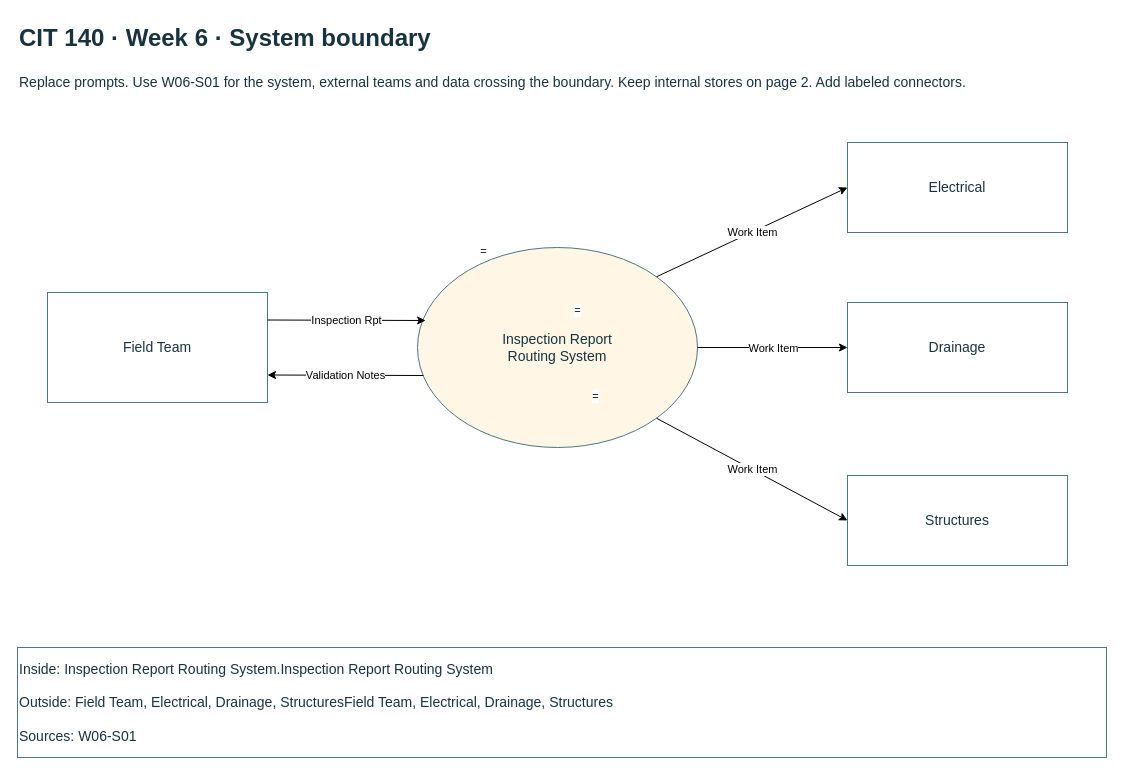
Before: page "1 System boundary" (1 of 3) of Week06/Artifact/Temple_Craig_CIT140_Week06.drawio in Acetamin1102/CIT140-Portfolio, a draw.io diagram. Source tidied: cells renumbered, new cells numbered last; positions are measured from the earlier drawing's top-left corner, leaving out a move shared by most shapes. Both pictures are drawn from the tidied source at 100%, with x=0, y=0 at pixel (17, 17).
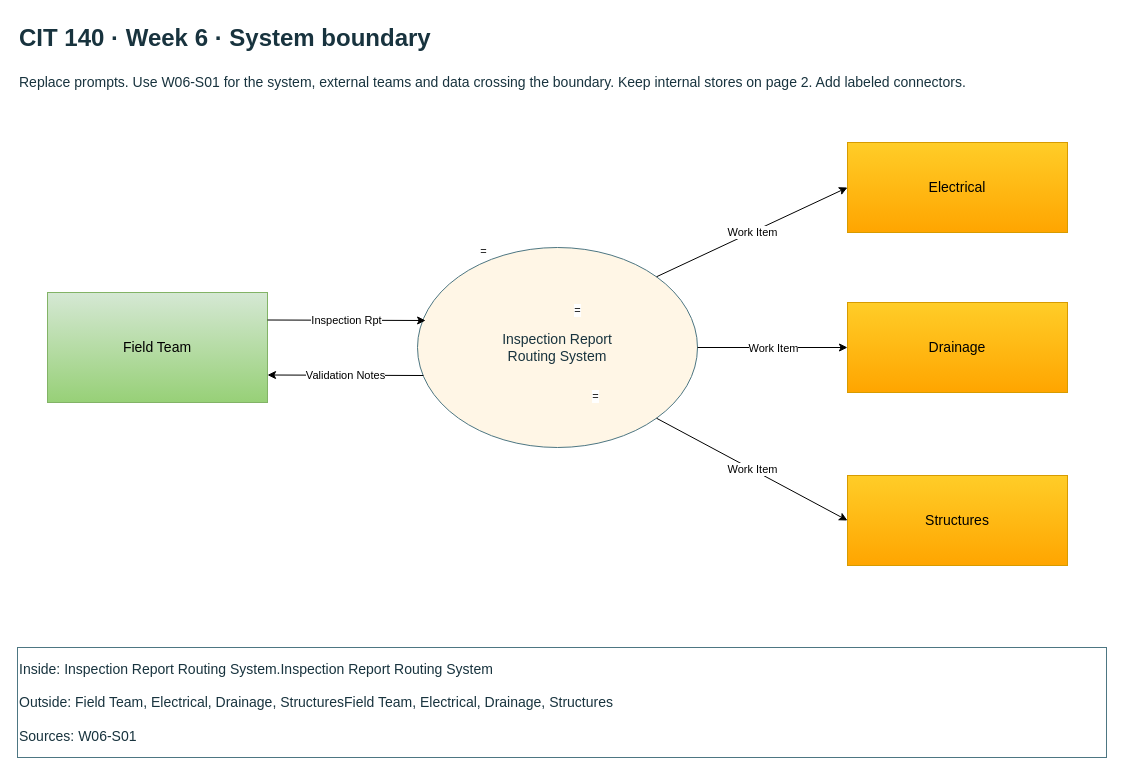
Above is the later version.

The edit, as a diff of the source:
```diff
@@
-    <mxCell id="5" value="Field Team" style="whiteSpace=wrap;html=1;fontFamily=Arial;fontSize=14;fontColor=#18333e;strokeColor=#4d7682;fillColor=#ffffff;" parent="1" vertex="1">
+    <mxCell id="5" value="Field Team" style="whiteSpace=wrap;html=1;fontFamily=Arial;fontSize=14;strokeColor=#82b366;fillColor=#d5e8d4;gradientColor=#97d077;" parent="1" vertex="1">
       <mxGeometry x="30" y="275" width="220" height="110" as="geometry" />
     </mxCell>
-    <mxCell id="6" value="Electrical" style="whiteSpace=wrap;html=1;fontFamily=Arial;fontSize=14;fontColor=#18333e;strokeColor=#4d7682;fillColor=#ffffff;" parent="1" vertex="1">
+    <mxCell id="6" value="Electrical" style="whiteSpace=wrap;html=1;fontFamily=Arial;fontSize=14;strokeColor=#d79b00;fillColor=#ffcd28;gradientColor=#ffa500;" parent="1" vertex="1">
       <mxGeometry x="830" y="125" width="220" height="90" as="geometry" />
     </mxCell>
-    <mxCell id="7" value="Drainage" style="whiteSpace=wrap;html=1;fontFamily=Arial;fontSize=14;fontColor=#18333e;strokeColor=#4d7682;fillColor=#ffffff;" parent="1" vertex="1">
+    <mxCell id="7" value="Drainage" style="whiteSpace=wrap;html=1;fontFamily=Arial;fontSize=14;strokeColor=#d79b00;fillColor=#ffcd28;gradientColor=#ffa500;" parent="1" vertex="1">
       <mxGeometry x="830" y="285" width="220" height="90" as="geometry" />
     </mxCell>
-    <mxCell id="8" value="Structures" style="whiteSpace=wrap;html=1;fontFamily=Arial;fontSize=14;fontColor=#18333e;strokeColor=#4d7682;fillColor=#ffffff;" parent="1" vertex="1">
+    <mxCell id="8" value="Structures" style="whiteSpace=wrap;html=1;fontFamily=Arial;fontSize=14;strokeColor=#d79b00;fillColor=#ffcd28;gradientColor=#ffa500;" parent="1" vertex="1">
       <mxGeometry x="830" y="458" width="220" height="90" as="geometry" />
     </mxCell>
```
